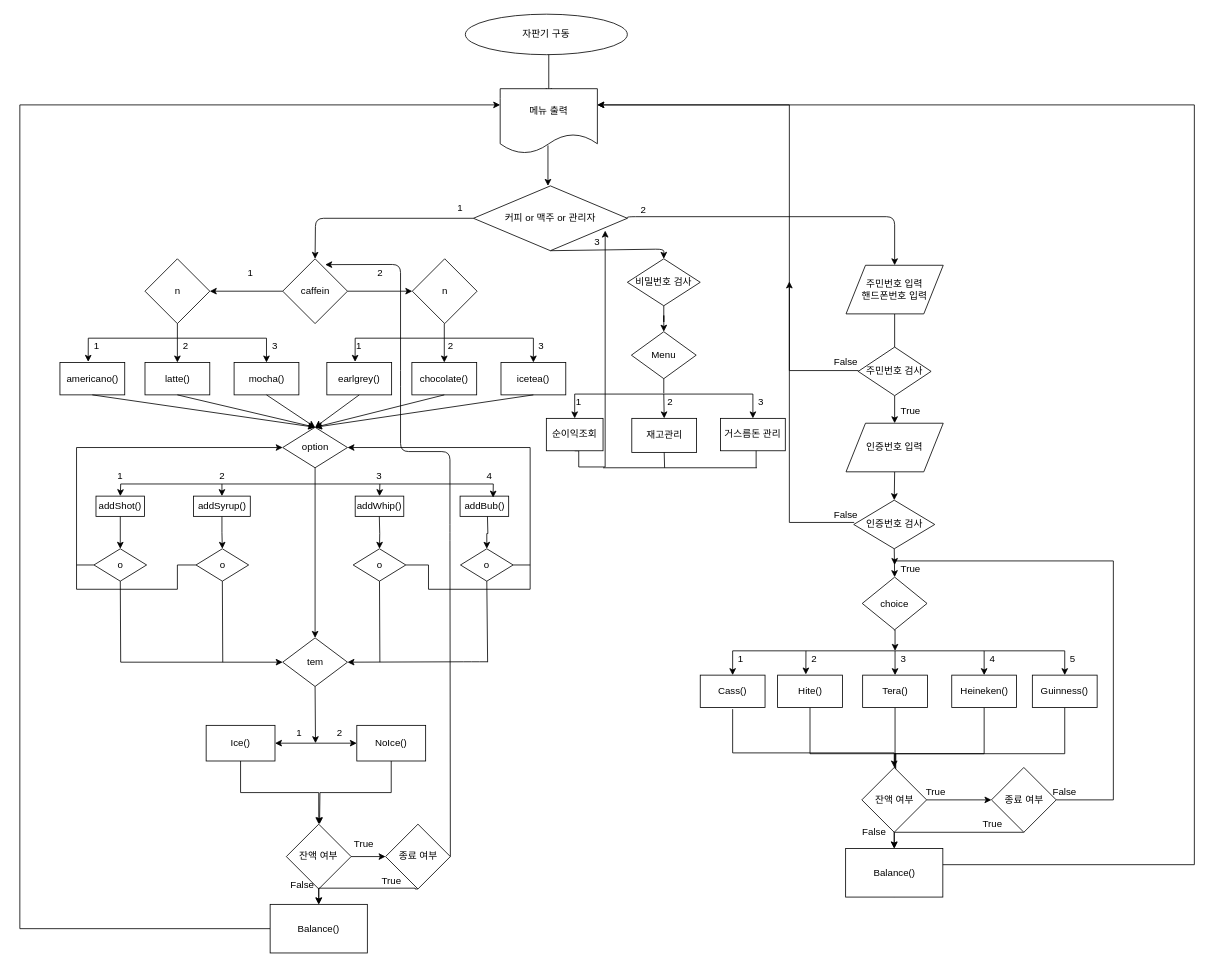
This is Untitled Diagram.drawio from cch0618/bank-System-java-, a draw.io file, before an edit. Source tidied: cells renumbered, new cells numbered last; positions are measured from the earlier drawing's top-left corner, leaving out a move shared by most shapes. Both pictures are drawn from the tidied source at 81%, with x=0, y=0 at pixel (19, 14).
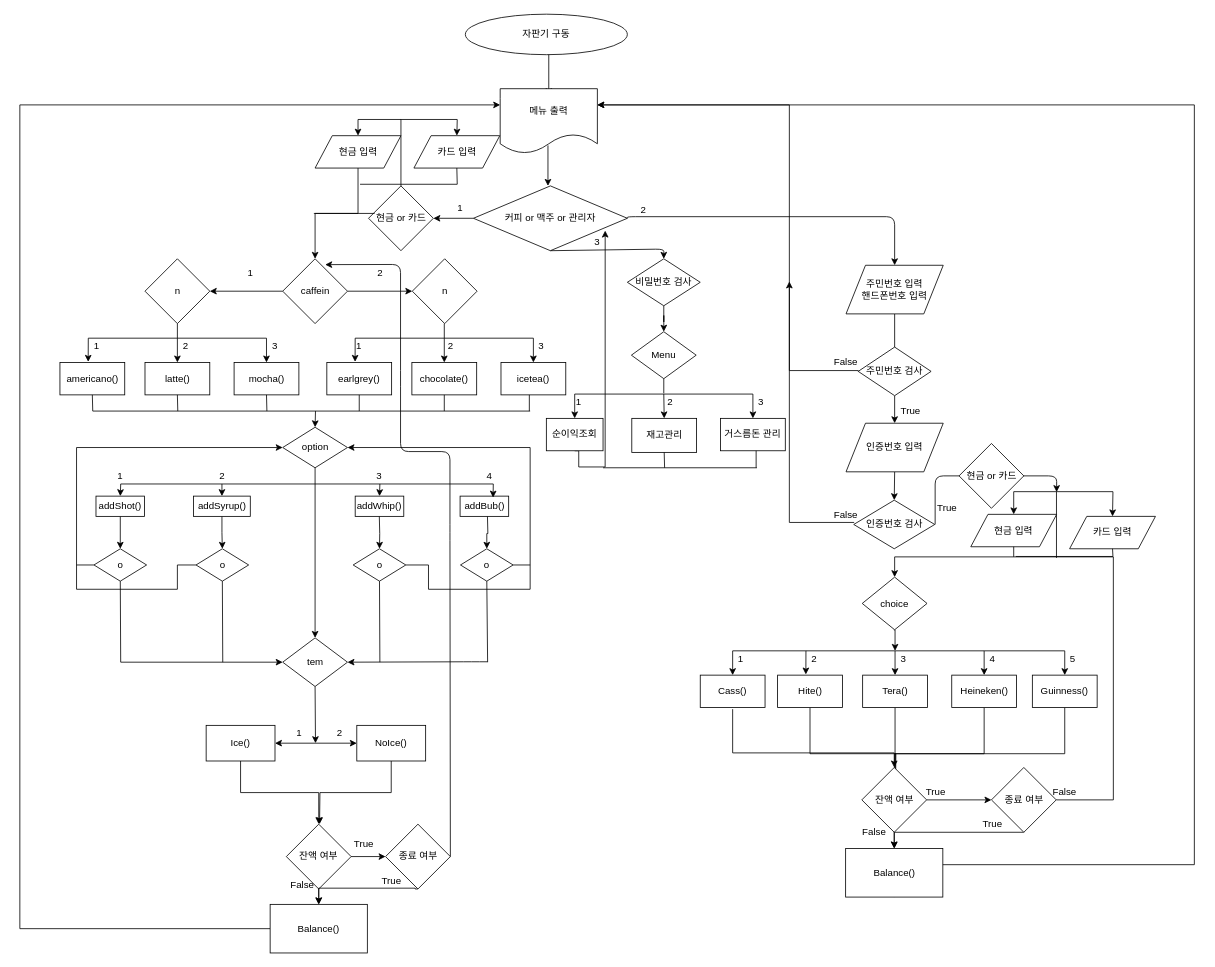
The same page after the edit.

Unchanged cells that the change refers to:
```xml
<mxCell id="6" value="커피 or 맥주 or 관리자" style="rhombus;whiteSpace=wrap;html=1;" parent="1" vertex="1">
  <mxGeometry x="560" y="212" width="190" height="80" as="geometry" />
</mxCell>
<mxCell id="11" value="americano()" style="rounded=0;whiteSpace=wrap;html=1;" parent="1" vertex="1">
  <mxGeometry x="49.5" y="430" width="80" height="40" as="geometry" />
</mxCell>
<mxCell id="14" value="caffein" style="rhombus;whiteSpace=wrap;html=1;" parent="1" vertex="1">
  <mxGeometry x="324.5" y="302" width="80" height="80" as="geometry" />
</mxCell>
<mxCell id="21" value="latte()" style="rounded=0;whiteSpace=wrap;html=1;" parent="1" vertex="1">
  <mxGeometry x="154.5" y="430" width="80" height="40" as="geometry" />
</mxCell>
<mxCell id="22" value="mocha()" style="rounded=0;whiteSpace=wrap;html=1;" parent="1" vertex="1">
  <mxGeometry x="264.5" y="430" width="80" height="40" as="geometry" />
</mxCell>
<mxCell id="27" value="earlgrey()" style="rounded=0;whiteSpace=wrap;html=1;" parent="1" vertex="1">
  <mxGeometry x="379" y="430" width="80" height="40" as="geometry" />
</mxCell>
<mxCell id="30" value="chocolate()" style="rounded=0;whiteSpace=wrap;html=1;" parent="1" vertex="1">
  <mxGeometry x="484" y="430" width="80" height="40" as="geometry" />
</mxCell>
<mxCell id="31" value="icetea()" style="rounded=0;whiteSpace=wrap;html=1;" parent="1" vertex="1">
  <mxGeometry x="594" y="430" width="80" height="40" as="geometry" />
</mxCell>
<mxCell id="35" value="option" style="rhombus;whiteSpace=wrap;html=1;" parent="1" vertex="1">
  <mxGeometry x="324.5" y="510" width="80" height="50" as="geometry" />
</mxCell>
<mxCell id="102" value="인증번호 검사" style="rhombus;whiteSpace=wrap;html=1;" parent="1" vertex="1">
  <mxGeometry x="1029.5" y="600" width="100" height="60" as="geometry" />
</mxCell>
<mxCell id="111" value="choice" style="rhombus;whiteSpace=wrap;html=1;" parent="1" vertex="1">
  <mxGeometry x="1040" y="695" width="80" height="65" as="geometry" />
</mxCell>
<mxCell id="144" value="종료 여부" style="rhombus;whiteSpace=wrap;html=1;" parent="1" vertex="1">
  <mxGeometry x="1199.5" y="930" width="80" height="80" as="geometry" />
</mxCell>
```

Diff of the diagram source:
```diff
@@
-    <mxCell id="7" style="endArrow=classic;html=1;exitX=0;exitY=0.5;exitDx=0;exitDy=0;entryX=0.5;entryY=0;entryDx=0;entryDy=0;" parent="1" edge="1" source="6" target="14">
-      <mxGeometry relative="1" as="geometry">
-        <Array as="points">
-          <mxPoint x="365" y="252" />
-        </Array>
-      </mxGeometry>
-    </mxCell>
@@
-    <mxCell id="36" style="endArrow=classic;html=1;exitX=0.5;exitY=1;exitDx=0;exitDy=0;entryX=0.5;entryY=0;entryDx=0;entryDy=0;" parent="1" edge="1" source="11" target="35">
-      <mxGeometry relative="1" as="geometry" />
-    </mxCell>
-    <mxCell id="37" style="endArrow=classic;html=1;exitX=0.5;exitY=1;exitDx=0;exitDy=0;entryX=0.5;entryY=0;entryDx=0;entryDy=0;" parent="1" edge="1" source="21" target="35">
-      <mxGeometry relative="1" as="geometry" />
-    </mxCell>
-    <mxCell id="38" style="endArrow=classic;html=1;exitX=0.5;exitY=1;exitDx=0;exitDy=0;" parent="1" edge="1" source="22">
-      <mxGeometry relative="1" as="geometry">
-        <mxPoint x="364.5" y="510" as="targetPoint" />
-      </mxGeometry>
-    </mxCell>
-    <mxCell id="39" style="endArrow=classic;html=1;exitX=0.5;exitY=1;exitDx=0;exitDy=0;" parent="1" edge="1" source="27">
-      <mxGeometry relative="1" as="geometry">
-        <mxPoint x="364.5" y="510" as="targetPoint" />
-      </mxGeometry>
-    </mxCell>
-    <mxCell id="40" style="endArrow=classic;html=1;exitX=0.5;exitY=1;exitDx=0;exitDy=0;" parent="1" edge="1" source="30">
-      <mxGeometry relative="1" as="geometry">
-        <mxPoint x="364.5" y="510" as="targetPoint" />
-      </mxGeometry>
-    </mxCell>
-    <mxCell id="41" style="endArrow=classic;html=1;exitX=0.5;exitY=1;exitDx=0;exitDy=0;" parent="1" edge="1" source="31">
-      <mxGeometry relative="1" as="geometry">
-        <mxPoint x="364.5" y="510" as="targetPoint" />
-      </mxGeometry>
-    </mxCell>
@@
-    <mxCell id="101" style="edgeStyle=orthogonalEdgeStyle;rounded=0;jettySize=auto;html=1;exitX=0.5;exitY=1;exitDx=0;exitDy=0;entryX=0.5;entryY=0;entryDx=0;entryDy=0;" parent="1" edge="1" source="102" target="111">
-      <mxGeometry relative="1" as="geometry" />
-    </mxCell>
@@
     <mxCell id="109" value="True" style="text;html=1;strokeColor=none;fillColor=none;align=center;verticalAlign=middle;whiteSpace=wrap;rounded=0;" parent="1" vertex="1">
-      <mxGeometry x="1080" y="675" width="40" height="20" as="geometry" />
+      <mxGeometry x="1125" y="600" width="40" height="20" as="geometry" />
     </mxCell>
@@
-    <mxCell id="143" style="edgeStyle=orthogonalEdgeStyle;rounded=0;jettySize=auto;html=1;exitX=1;exitY=0.5;exitDx=0;exitDy=0;entryX=0;entryY=0.25;entryDx=0;entryDy=0;" parent="1" edge="1" source="144" target="109">
+    <mxCell id="143" style="edgeStyle=orthogonalEdgeStyle;rounded=0;jettySize=auto;html=1;exitX=1;exitY=0.5;exitDx=0;exitDy=0;entryX=0.5;entryY=0;entryDx=0;entryDy=0;" parent="1" edge="1" source="144" target="111">
       <mxGeometry relative="1" as="geometry">
         <Array as="points">
           <mxPoint x="1350" y="970" />
-          <mxPoint x="1350" y="675" />
+          <mxPoint x="1350" y="670" />
+          <mxPoint x="1080" y="670" />
         </Array>
       </mxGeometry>
     </mxCell>
@@
+    <mxCell id="185" style="endArrow=none;html=1;" parent="1" edge="1">
+      <mxGeometry relative="1" as="geometry">
+        <mxPoint x="90" y="490" as="sourcePoint" />
+        <mxPoint x="630" y="490" as="targetPoint" />
+      </mxGeometry>
+    </mxCell>
+    <mxCell id="186" style="endArrow=none;html=1;entryX=0.5;entryY=1;entryDx=0;entryDy=0;" parent="1" edge="1" target="11">
+      <mxGeometry relative="1" as="geometry">
+        <mxPoint x="90" y="490" as="sourcePoint" />
+      </mxGeometry>
+    </mxCell>
+    <mxCell id="187" style="endArrow=none;html=1;entryX=0.5;entryY=1;entryDx=0;entryDy=0;" parent="1" edge="1" target="21">
+      <mxGeometry relative="1" as="geometry">
+        <mxPoint x="195" y="490" as="sourcePoint" />
+      </mxGeometry>
+    </mxCell>
+    <mxCell id="188" style="endArrow=none;html=1;exitX=0.5;exitY=1;exitDx=0;exitDy=0;" parent="1" edge="1" source="22">
+      <mxGeometry relative="1" as="geometry">
+        <mxPoint x="305" y="490" as="targetPoint" />
+      </mxGeometry>
+    </mxCell>
+    <mxCell id="189" style="endArrow=none;html=1;exitX=0.5;exitY=1;exitDx=0;exitDy=0;" parent="1" edge="1" source="27">
+      <mxGeometry relative="1" as="geometry">
+        <mxPoint x="419" y="490" as="targetPoint" />
+      </mxGeometry>
+    </mxCell>
+    <mxCell id="190" style="endArrow=none;html=1;entryX=0.5;entryY=1;entryDx=0;entryDy=0;" parent="1" edge="1" target="30">
+      <mxGeometry relative="1" as="geometry">
+        <mxPoint x="524" y="490" as="sourcePoint" />
+      </mxGeometry>
+    </mxCell>
+    <mxCell id="191" style="endArrow=none;html=1;entryX=0.5;entryY=1;entryDx=0;entryDy=0;" parent="1" edge="1">
+      <mxGeometry relative="1" as="geometry">
+        <mxPoint x="629" y="490" as="sourcePoint" />
+        <mxPoint x="629" y="470" as="targetPoint" />
+      </mxGeometry>
+    </mxCell>
+    <mxCell id="192" style="edgeStyle=orthogonalEdgeStyle;rounded=0;jettySize=auto;html=1;exitX=0.5;exitY=0;exitDx=0;exitDy=0;entryX=0.5;entryY=0;entryDx=0;entryDy=0;" parent="1" edge="1" source="193" target="195">
+      <mxGeometry relative="1" as="geometry">
+        <Array as="points">
+          <mxPoint x="471" y="130" />
+          <mxPoint x="417" y="130" />
+        </Array>
+      </mxGeometry>
+    </mxCell>
+    <mxCell id="193" value="현금 or 카드" style="rhombus;whiteSpace=wrap;html=1;" parent="1" vertex="1">
+      <mxGeometry x="430.5" y="212" width="80" height="80" as="geometry" />
+    </mxCell>
+    <mxCell id="194" style="edgeStyle=orthogonalEdgeStyle;rounded=0;jettySize=auto;html=1;exitX=0.5;exitY=1;exitDx=0;exitDy=0;entryX=0.5;entryY=0;entryDx=0;entryDy=0;" parent="1" edge="1" source="195" target="14">
+      <mxGeometry relative="1" as="geometry">
+        <Array as="points">
+          <mxPoint x="417" y="246" />
+          <mxPoint x="365" y="246" />
+        </Array>
+      </mxGeometry>
+    </mxCell>
+    <mxCell id="195" value="현금 입력" style="shape=parallelogram;perimeter=parallelogramPerimeter;whiteSpace=wrap;html=1;" parent="1" vertex="1">
+      <mxGeometry x="364.5" y="150" width="106" height="40" as="geometry" />
+    </mxCell>
+    <mxCell id="196" value="카드 입력" style="shape=parallelogram;perimeter=parallelogramPerimeter;whiteSpace=wrap;html=1;" parent="1" vertex="1">
+      <mxGeometry x="486.5" y="150" width="106" height="40" as="geometry" />
+    </mxCell>
+    <mxCell id="197" style="endArrow=none;html=1;" parent="1" edge="1">
+      <mxGeometry relative="1" as="geometry">
+        <mxPoint x="470" y="130" as="sourcePoint" />
+        <mxPoint x="540" y="130" as="targetPoint" />
+      </mxGeometry>
+    </mxCell>
+    <mxCell id="198" style="endArrow=classic;html=1;entryX=0.5;entryY=0;entryDx=0;entryDy=0;" parent="1" edge="1" target="196">
+      <mxGeometry relative="1" as="geometry">
+        <mxPoint x="540" y="130" as="sourcePoint" />
+      </mxGeometry>
+    </mxCell>
+    <mxCell id="199" style="endArrow=none;html=1;entryX=0.5;entryY=1;entryDx=0;entryDy=0;" parent="1" edge="1" target="196">
+      <mxGeometry relative="1" as="geometry">
+        <mxPoint x="540" y="210" as="sourcePoint" />
+      </mxGeometry>
+    </mxCell>
+    <mxCell id="200" style="endArrow=none;html=1;" parent="1" edge="1">
+      <mxGeometry relative="1" as="geometry">
+        <mxPoint x="540" y="210" as="sourcePoint" />
+        <mxPoint x="420" y="210" as="targetPoint" />
+      </mxGeometry>
+    </mxCell>
+    <mxCell id="201" style="endArrow=classic;html=1;exitX=0;exitY=0.5;exitDx=0;exitDy=0;entryX=1;entryY=0.5;entryDx=0;entryDy=0;" parent="1" edge="1" source="6" target="193">
+      <mxGeometry relative="1" as="geometry" />
+    </mxCell>
+    <mxCell id="202" style="endArrow=none;html=1;" parent="1" edge="1">
+      <mxGeometry relative="1" as="geometry">
+        <mxPoint x="363" y="246" as="sourcePoint" />
+        <mxPoint x="438" y="246" as="targetPoint" />
+      </mxGeometry>
+    </mxCell>
+    <mxCell id="203" style="endArrow=classic;html=1;entryX=0.5;entryY=0;entryDx=0;entryDy=0;" parent="1" edge="1" target="35">
+      <mxGeometry relative="1" as="geometry">
+        <mxPoint x="365" y="490" as="sourcePoint" />
+      </mxGeometry>
+    </mxCell>
+    <mxCell id="204" style="edgeStyle=orthogonalEdgeStyle;rounded=0;jettySize=auto;html=1;exitX=0.5;exitY=0;exitDx=0;exitDy=0;entryX=0.5;entryY=0;entryDx=0;entryDy=0;" parent="1" edge="1" target="205">
+      <mxGeometry relative="1" as="geometry">
+        <mxPoint x="1279.8" y="671.3" as="sourcePoint" />
+        <Array as="points">
+          <mxPoint x="1280.5" y="589.5" />
+          <mxPoint x="1226.5" y="589.5" />
+        </Array>
+      </mxGeometry>
+    </mxCell>
+    <mxCell id="205" value="현금 입력" style="shape=parallelogram;perimeter=parallelogramPerimeter;whiteSpace=wrap;html=1;" parent="1" vertex="1">
+      <mxGeometry x="1174" y="617.5" width="106" height="40" as="geometry" />
+    </mxCell>
+    <mxCell id="206" value="카드 입력" style="shape=parallelogram;perimeter=parallelogramPerimeter;whiteSpace=wrap;html=1;" parent="1" vertex="1">
+      <mxGeometry x="1296" y="620" width="106" height="40" as="geometry" />
+    </mxCell>
+    <mxCell id="207" style="endArrow=none;html=1;" parent="1" edge="1">
+      <mxGeometry relative="1" as="geometry">
+        <mxPoint x="1279.5" y="589.5" as="sourcePoint" />
+        <mxPoint x="1349.5" y="589.5" as="targetPoint" />
+      </mxGeometry>
+    </mxCell>
+    <mxCell id="208" style="endArrow=classic;html=1;entryX=0.5;entryY=0;entryDx=0;entryDy=0;" parent="1" edge="1" target="206">
+      <mxGeometry relative="1" as="geometry">
+        <mxPoint x="1349.5" y="589.5" as="sourcePoint" />
+      </mxGeometry>
+    </mxCell>
+    <mxCell id="209" style="endArrow=none;html=1;entryX=0.5;entryY=1;entryDx=0;entryDy=0;" parent="1" edge="1" target="206">
+      <mxGeometry relative="1" as="geometry">
+        <mxPoint x="1349.5" y="669.5" as="sourcePoint" />
+      </mxGeometry>
+    </mxCell>
+    <mxCell id="210" style="endArrow=none;html=1;" parent="1" edge="1">
+      <mxGeometry relative="1" as="geometry">
+        <mxPoint x="1349.5" y="669.5" as="sourcePoint" />
+        <mxPoint x="1229.5" y="669.5" as="targetPoint" />
+      </mxGeometry>
+    </mxCell>
+    <mxCell id="211" style="endArrow=classic;html=1;" parent="1" edge="1">
+      <mxGeometry relative="1" as="geometry">
+        <mxPoint x="1130" y="630" as="sourcePoint" />
+        <mxPoint x="1280" y="590" as="targetPoint" />
+        <Array as="points">
+          <mxPoint x="1130" y="570" />
+          <mxPoint x="1280" y="570" />
+        </Array>
+      </mxGeometry>
+    </mxCell>
+    <mxCell id="212" value="현금 or 카드" style="rhombus;whiteSpace=wrap;html=1;" parent="1" vertex="1">
+      <mxGeometry x="1159.5" y="530" width="80" height="80" as="geometry" />
+    </mxCell>
+    <mxCell id="213" style="endArrow=none;html=1;exitX=0.5;exitY=1;exitDx=0;exitDy=0;" parent="1" edge="1" source="205">
+      <mxGeometry relative="1" as="geometry">
+        <mxPoint x="1227" y="670" as="targetPoint" />
+      </mxGeometry>
+    </mxCell>
```
